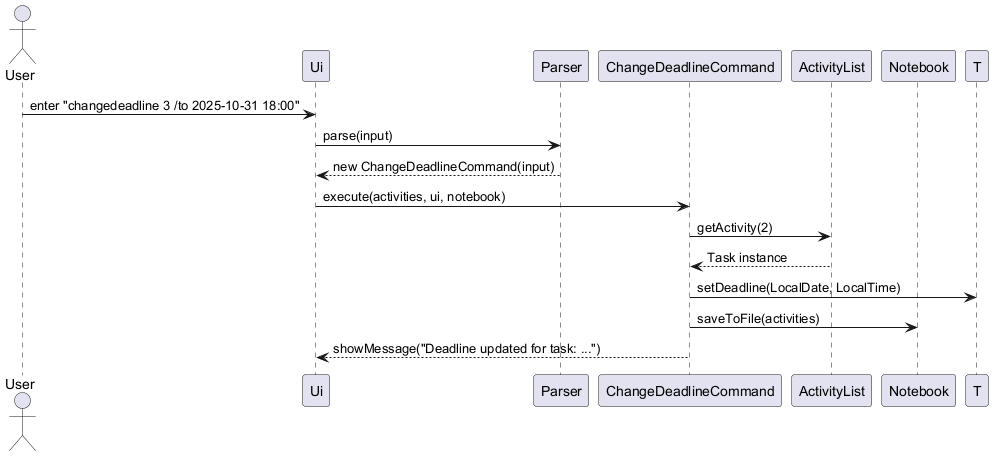
Earlier version of the PlantUML export docs/images/changeDeadline_sequence.png (Kennahh/tp). Its source is kept beside it as docs/diagrams/ChangeDeadline_sequence.puml.
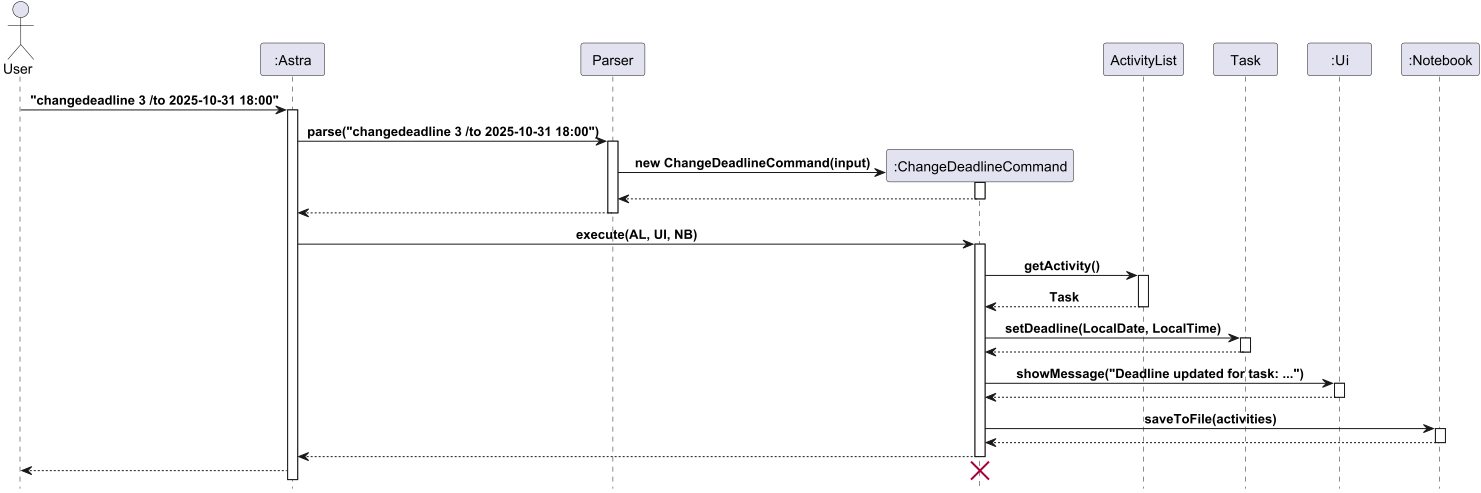
The same diagram one commit later.

Commit message:
Update ChangeDeadline sequence diagram

Change to the diagram source:
```diff
@@ -1,29 +1,43 @@
 @startuml
 !include style.puml
 actor User
-participant UI as "Ui"
+participant Astra as ":Astra"
+
 participant Parser
-participant C as "ChangeDeadlineCommand"
+participant C as ":ChangeDeadlineCommand"
 participant AL as "ActivityList"
 participant T as "Task"
-participant NB as "Notebook"
+participant UI as ":Ui"
+participant NB as ":Notebook"
 
-User -> UI: enter "changedeadline 3 /to 2025-10-31 18:00"
-activate UI
-UI -> Parser: parse(input)
+User -> Astra: "changedeadline 3 /to 2025-10-31 18:00"
+activate Astra
+Astra -> Parser: parse("changedeadline 3 /to 2025-10-31 18:00")
 activate Parser
 create C
 Parser -> C :new ChangeDeadlineCommand(input)
 activate C
 return
-return ChangeDeadlineCommand
-UI -> C: execute(activities, ui, notebook)
+return
+ Astra -> C: execute(AL, UI, NB)
 activate C
 C -> AL: getActivity()
 activate AL
 return Task
+
 C -> T: setDeadline(LocalDate, LocalTime)
+activate T
+T--> C
+deactivate T
+C -> UI : showMessage("Deadline updated for task: ...")
+activate UI
+return
+deactivate UI
 C -> NB: saveToFile(activities)
-return showMessage("Deadline updated for task: ...")
+activate NB
+return
+C-->Astra
+deactivate C
+Astra-->User
 destroy C
 @enduml
```
